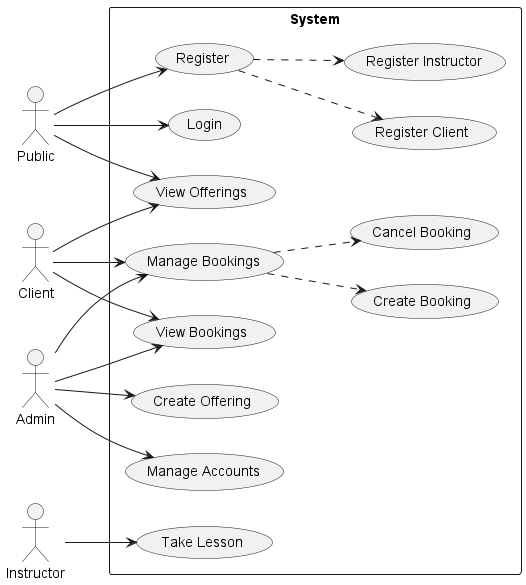
Before: diagrams/out/use-case-diagram/Use Case Diagram.png, a diagram exported from PlantUML (NathanGrenier/SOEN-342-Project).
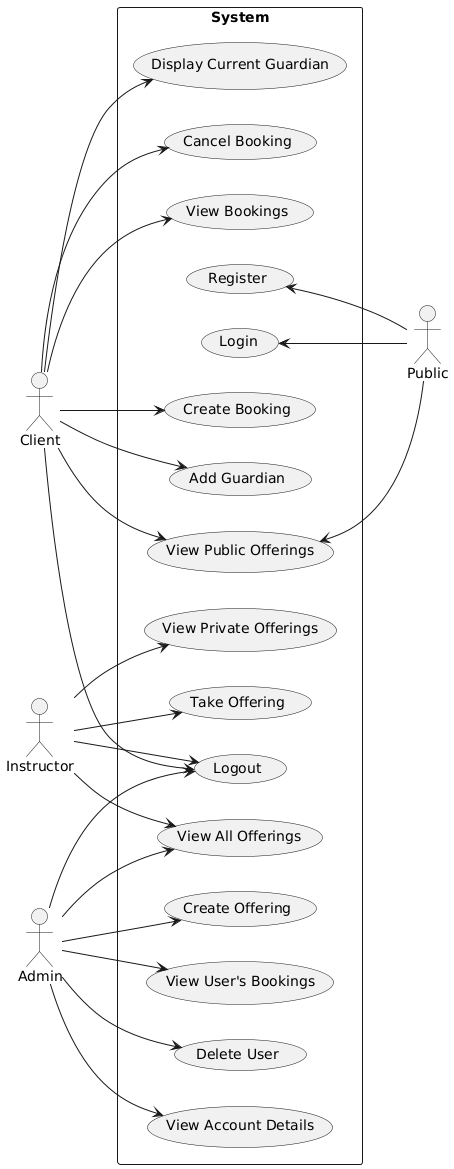
After the change.

The edit, as a diff of the source:
```diff
@@ -1,6 +1,5 @@
-@startuml Use Case Diagram
+@startuml
 left to right direction
-
 
 actor Public
 actor Client
@@ -8,37 +7,46 @@
 actor Admin
 
 rectangle System {
+    usecase "Login" as Login
     usecase "Register" as Register
-    usecase "Take Lesson" as TakeOffer
-    usecase "View Offerings" as ViewOfferings
-    usecase "Login" as Login
+    usecase "Logout" as Logout
+    usecase "View All Offerings" as ViewAllOfferings
+    usecase "View Public Offerings" as ViewPublicOfferings
+    usecase "View Private Offerings" as ViewPrivateOfferings
     usecase "Create Booking" as CreateBooking
+    usecase "View Bookings" as ViewBookings
     usecase "Cancel Booking" as CancelBooking
-    usecase "Register Client" as RegisterClient
-    usecase "Register Instructor" as RegisterInstructor
-    usecase "View Bookings" as ViewBookings
-    usecase "Manage Accounts" as ManageAccount
-    usecase "Create Offering" as CreateOffer
-    usecase "Manage Bookings" as ManageBooking
+    usecase "Display Current Guardian" as DisplayCurrentGuardian
+    usecase "Add Guardian" as AddGuardian
+    usecase "Cancel Booking" as CancelBooking
+    usecase "Take Offering" as TakeOffering
+    usecase "View User's Bookings" as ViewUserBookings
+    usecase "Create Offering" as CreateOffering
+    usecase "View Account Details" as ViewAccountDetails
+    usecase "Delete User" as DeleteUser
 }
 
-Public --> ViewOfferings
-Public --> Register
-Public --> Login
-Client --> ManageBooking
-Client --> ViewOfferings
+Register <-- Public
+Login <-- Public
+ViewPublicOfferings <-- Public
+
+Client --> ViewPublicOfferings
+Client --> CreateBooking
 Client --> ViewBookings
+Client --> CancelBooking
+Client --> DisplayCurrentGuardian
+Client --> AddGuardian
+Client --> Logout
 
-ManageBooking ..> CreateBooking
-ManageBooking ..> CancelBooking
+Instructor --> ViewAllOfferings
+Instructor --> ViewPrivateOfferings
+Instructor --> TakeOffering
+Instructor --> Logout
 
-Register ..> RegisterClient
-Register ..> RegisterInstructor
-
-Instructor --> TakeOffer
-
-Admin --> CreateOffer
-Admin --> ManageAccount
-Admin --> ViewBookings
-Admin --> ManageBooking
+Admin --> ViewUserBookings
+Admin --> ViewAllOfferings
+Admin --> CreateOffering
+Admin --> ViewAccountDetails
+Admin --> DeleteUser
+Admin --> Logout
 @enduml
```
